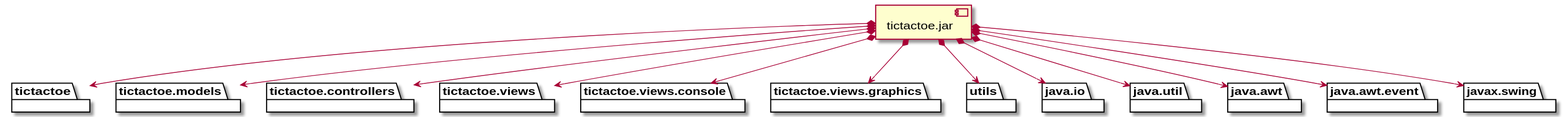
Earlier version of the PlantUML export modelViewPresenter/presentationModel/basic/docs/diagrams/out/vistas/desarrolloImplementacion.svg (Jolucaa/USantaTecla-project-ticTacToe). Source of this version:
```plantuml
@startuml
package "  "  as tictactoe {
}
package "  "  as tictactoe.models {
}
package "  "  as tictactoe.controllers {
}
package "  "  as tictactoe.views {
}
package "  "  as tictactoe.views.console {
}
package "  "  as tictactoe.views.graphics {
}
package "  "  as utils {
}
package "  "  as java.io {
}
package "  "  as java.util {
}
package "  "  as java.awt {
}
package "  "  as java.awt.event {
}
package "  "  as javax.swing {
}

[tictactoe.jar] as jar

jar *--> tictactoe
jar *--> tictactoe.models
jar *--> tictactoe.controllers
jar *--> tictactoe.views
jar *--> tictactoe.views.console
jar *--> tictactoe.views.graphics
jar *--> utils
jar *--> java.io
jar *--> java.util
jar *--> java.awt
jar *--> java.awt.event
jar *--> javax.swing
@enduml
```
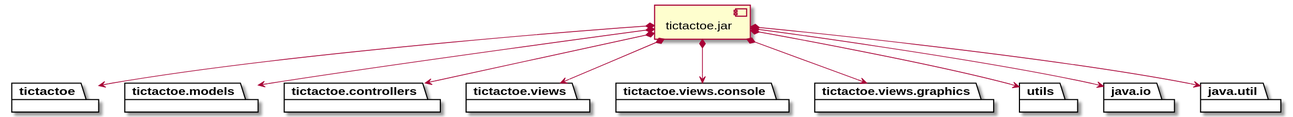
After the change.

Diff of the diagram source:
```diff
@@ -17,12 +17,6 @@
 }
 package "  "  as java.util {
 }
-package "  "  as java.awt {
-}
-package "  "  as java.awt.event {
-}
-package "  "  as javax.swing {
-}
 
 [tictactoe.jar] as jar
 
@@ -35,7 +29,4 @@
 jar *--> utils
 jar *--> java.io
 jar *--> java.util
-jar *--> java.awt
-jar *--> java.awt.event
-jar *--> javax.swing
 @enduml
```
